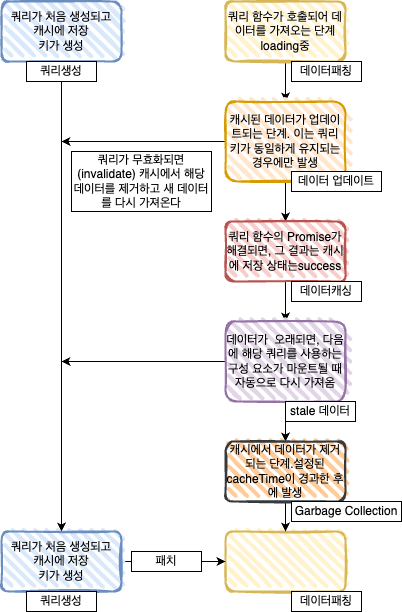
This is 리액트쿼리/img/god.png from nonjk2/ReactStudy, a draw.io export, as it was before one commit. Source tidied: cells renumbered, new cells last; positions are measured from the earlier drawing's top-left corner, leaving out a move shared by most shapes. Source of this version:
```xml
<mxGraphModel>
  <root>
    <mxCell id="0" />
    <mxCell id="1" parent="0" />
    <mxCell id="2" value="쿼리가 처음 생성되고&lt;br&gt;캐시에 저장&lt;br&gt;키가 생성" style="rounded=1;whiteSpace=wrap;html=1;strokeWidth=2;fillWeight=4;hachureGap=8;hachureAngle=45;fillColor=#dae8fc;sketch=1;strokeColor=#6c8ebf;" parent="1" vertex="1">
      <mxGeometry width="120" height="60" as="geometry" />
    </mxCell>
    <mxCell id="3" style="edgeStyle=orthogonalEdgeStyle;rounded=0;jettySize=auto;html=1;entryX=0.5;entryY=0;entryDx=0;entryDy=0;" parent="1" edge="1" source="4" target="7">
      <mxGeometry relative="1" as="geometry" />
    </mxCell>
    <mxCell id="4" value="쿼리 함수가 호출되어 데이터를 가져오는 단계&lt;br&gt;loading중" style="rounded=1;whiteSpace=wrap;html=1;strokeWidth=2;fillWeight=4;hachureGap=8;hachureAngle=45;fillColor=#fff2cc;sketch=1;strokeColor=#d6b656;" parent="1" vertex="1">
      <mxGeometry x="224" width="120" height="60" as="geometry" />
    </mxCell>
    <mxCell id="5" style="edgeStyle=orthogonalEdgeStyle;rounded=0;jettySize=auto;html=1;entryX=0.5;entryY=0;entryDx=0;entryDy=0;" parent="1" edge="1" source="7" target="9">
      <mxGeometry relative="1" as="geometry" />
    </mxCell>
    <mxCell id="6" style="edgeStyle=orthogonalEdgeStyle;rounded=0;jettySize=auto;html=1;" parent="1" edge="1" source="7">
      <mxGeometry relative="1" as="geometry">
        <mxPoint x="60" y="140" as="targetPoint" />
      </mxGeometry>
    </mxCell>
    <mxCell id="7" value=" 캐시된 데이터가 업데이트되는 단계. 이는 쿼리 키가 동일하게 유지되는 경우에만 발생" style="rounded=1;whiteSpace=wrap;html=1;strokeWidth=2;fillWeight=4;hachureGap=8;hachureAngle=45;fillColor=#ffe6cc;sketch=1;strokeColor=#d79b00;" parent="1" vertex="1">
      <mxGeometry x="224" y="100" width="120" height="80" as="geometry" />
    </mxCell>
    <mxCell id="8" style="edgeStyle=orthogonalEdgeStyle;rounded=0;jettySize=auto;html=1;entryX=0.5;entryY=0;entryDx=0;entryDy=0;" parent="1" edge="1" source="9" target="11">
      <mxGeometry relative="1" as="geometry" />
    </mxCell>
    <mxCell id="9" value="쿼리 함수의 Promise가 해결되면, 그 결과는 캐시에 저장 상태는success" style="rounded=1;whiteSpace=wrap;html=1;strokeWidth=2;fillWeight=4;hachureGap=8;hachureAngle=45;fillColor=#f8cecc;sketch=1;strokeColor=#b85450;" parent="1" vertex="1">
      <mxGeometry x="224" y="220" width="120" height="60" as="geometry" />
    </mxCell>
    <mxCell id="10" style="edgeStyle=orthogonalEdgeStyle;rounded=0;jettySize=auto;html=1;" parent="1" edge="1" source="11">
      <mxGeometry relative="1" as="geometry">
        <mxPoint x="60" y="360" as="targetPoint" />
      </mxGeometry>
    </mxCell>
    <mxCell id="11" value="데이터가&amp;nbsp; 오래되면, 다음에 해당 쿼리를 사용하는 구성 요소가 마운트될 때 자동으로 다시 가져옴" style="rounded=1;whiteSpace=wrap;html=1;strokeWidth=2;fillWeight=4;hachureGap=8;hachureAngle=45;fillColor=#e1d5e7;sketch=1;strokeColor=#9673a6;" parent="1" vertex="1">
      <mxGeometry x="224" y="320" width="120" height="80" as="geometry" />
    </mxCell>
    <mxCell id="12" style="rounded=1;whiteSpace=wrap;html=1;strokeWidth=2;fillWeight=4;hachureGap=8;hachureAngle=45;fillColor=#fff2cc;sketch=1;strokeColor=#d6b656;" parent="1" vertex="1">
      <mxGeometry x="224" y="530" width="120" height="60" as="geometry" />
    </mxCell>
    <mxCell id="13" style="edgeStyle=orthogonalEdgeStyle;rounded=0;jettySize=auto;html=1;exitX=0.5;exitY=1;exitDx=0;exitDy=0;entryX=0.5;entryY=0;entryDx=0;entryDy=0;" parent="1" edge="1" source="14" target="18">
      <mxGeometry relative="1" as="geometry" />
    </mxCell>
    <mxCell id="14" value="쿼리생성" style="rounded=0;whiteSpace=wrap;html=1;" parent="1" vertex="1">
      <mxGeometry x="25" y="60" width="70" height="20" as="geometry" />
    </mxCell>
    <mxCell id="15" value="데이터패칭" style="rounded=0;whiteSpace=wrap;html=1;" parent="1" vertex="1">
      <mxGeometry x="290" y="60" width="70" height="20" as="geometry" />
    </mxCell>
    <mxCell id="16" value="데이터 업데이트" style="rounded=0;whiteSpace=wrap;html=1;" parent="1" vertex="1">
      <mxGeometry x="290" y="170" width="90" height="20" as="geometry" />
    </mxCell>
    <mxCell id="17" style="edgeStyle=orthogonalEdgeStyle;rounded=0;jettySize=auto;html=1;entryX=0;entryY=0.5;entryDx=0;entryDy=0;" parent="1" edge="1" source="18" target="12">
      <mxGeometry relative="1" as="geometry" />
    </mxCell>
    <mxCell id="18" value="쿼리가 처음 생성되고&lt;br&gt;캐시에 저장&lt;br&gt;키가 생성" style="rounded=1;whiteSpace=wrap;html=1;strokeWidth=2;fillWeight=4;hachureGap=8;hachureAngle=45;fillColor=#dae8fc;sketch=1;strokeColor=#6c8ebf;" parent="1" vertex="1">
      <mxGeometry y="530" width="120" height="60" as="geometry" />
    </mxCell>
    <mxCell id="19" value="쿼리생성" style="rounded=0;whiteSpace=wrap;html=1;" parent="1" vertex="1">
      <mxGeometry x="25" y="590" width="70" height="20" as="geometry" />
    </mxCell>
    <mxCell id="20" value="패치" style="rounded=0;whiteSpace=wrap;html=1;" parent="1" vertex="1">
      <mxGeometry x="130" y="550" width="70" height="20" as="geometry" />
    </mxCell>
    <mxCell id="21" value="데이터패칭" style="rounded=0;whiteSpace=wrap;html=1;" parent="1" vertex="1">
      <mxGeometry x="290" y="590" width="70" height="20" as="geometry" />
    </mxCell>
    <mxCell id="22" value="데이터캐싱" style="rounded=0;whiteSpace=wrap;html=1;" parent="1" vertex="1">
      <mxGeometry x="290" y="280" width="70" height="20" as="geometry" />
    </mxCell>
    <mxCell id="23" value="쿼리가 무효화되면(invalidate) 캐시에서 해당데이터를 제거하고 새 데이터를 다시 가져온다" style="rounded=0;whiteSpace=wrap;html=1;" parent="1" vertex="1">
      <mxGeometry x="70" y="150" width="140" height="60" as="geometry" />
    </mxCell>
    <mxCell id="24" style="edgeStyle=orthogonalEdgeStyle;rounded=0;jettySize=auto;html=1;exitX=0;exitY=0.5;exitDx=0;exitDy=0;entryX=0.5;entryY=0;entryDx=0;entryDy=0;" parent="1" edge="1" source="25" target="27">
      <mxGeometry relative="1" as="geometry" />
    </mxCell>
    <mxCell id="25" value="stale 데이터" style="rounded=0;whiteSpace=wrap;html=1;" parent="1" vertex="1">
      <mxGeometry x="284" y="400" width="70" height="20" as="geometry" />
    </mxCell>
    <mxCell id="26" style="edgeStyle=orthogonalEdgeStyle;rounded=0;jettySize=auto;html=1;" parent="1" edge="1" source="27" target="12">
      <mxGeometry relative="1" as="geometry" />
    </mxCell>
    <mxCell id="27" value=" 캐시에서 데이터가 제거되는 단계.설정된 cacheTime이 경과한 후에 발생" style="rounded=1;whiteSpace=wrap;html=1;strokeWidth=2;fillWeight=4;hachureGap=8;hachureAngle=45;fillColor=#ffcc99;sketch=1;strokeColor=#36393d;" parent="1" vertex="1">
      <mxGeometry x="224" y="440" width="120" height="60" as="geometry" />
    </mxCell>
    <mxCell id="28" value="Garbage Collection" style="rounded=0;whiteSpace=wrap;html=1;" parent="1" vertex="1">
      <mxGeometry x="290" y="500" width="110" height="20" as="geometry" />
    </mxCell>
  </root>
</mxGraphModel>
```
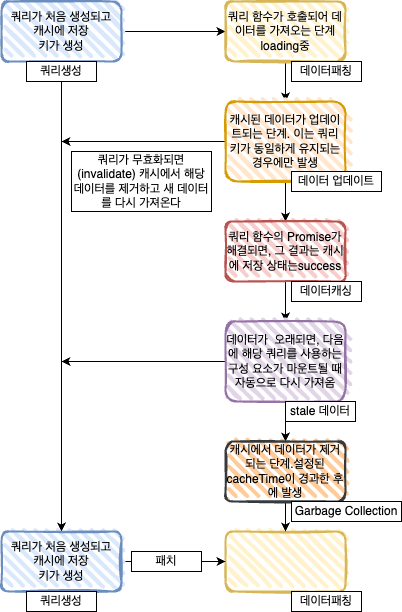
After the change.

Change to the diagram source:
```diff
@@ -2,6 +2,9 @@
   <root>
     <mxCell id="0" />
     <mxCell id="1" parent="0" />
+    <mxCell id="29" style="edgeStyle=orthogonalEdgeStyle;rounded=0;jettySize=auto;html=1;entryX=0;entryY=0.5;entryDx=0;entryDy=0;" parent="1" edge="1" source="2" target="4">
+      <mxGeometry relative="1" as="geometry" />
+    </mxCell>
     <mxCell id="2" value="쿼리가 처음 생성되고&lt;br&gt;캐시에 저장&lt;br&gt;키가 생성" style="rounded=1;whiteSpace=wrap;html=1;strokeWidth=2;fillWeight=4;hachureGap=8;hachureAngle=45;fillColor=#dae8fc;sketch=1;strokeColor=#6c8ebf;" parent="1" vertex="1">
       <mxGeometry width="120" height="60" as="geometry" />
     </mxCell>
```
